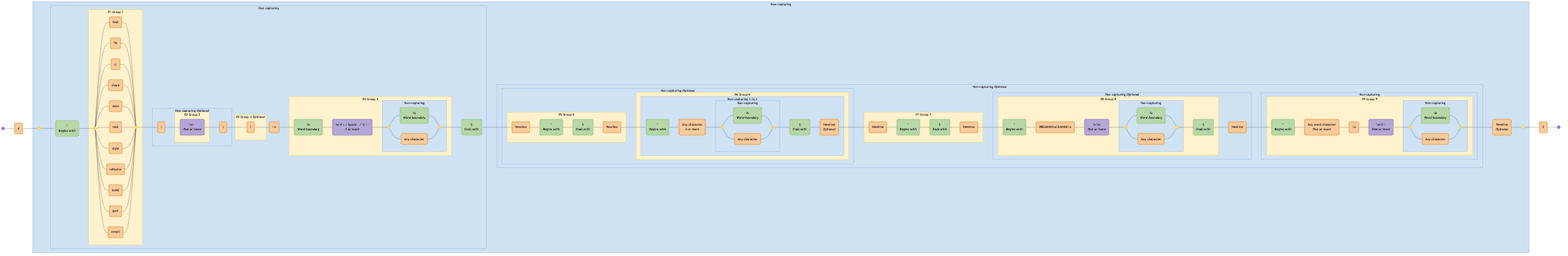
Before: diagrams/conventional-commits.mermaid-diagram.png, a diagram exported from Mermaid (tayles/regex-to-mermaid). Its source is kept beside it as diagrams/conventional-commits.mermaid.
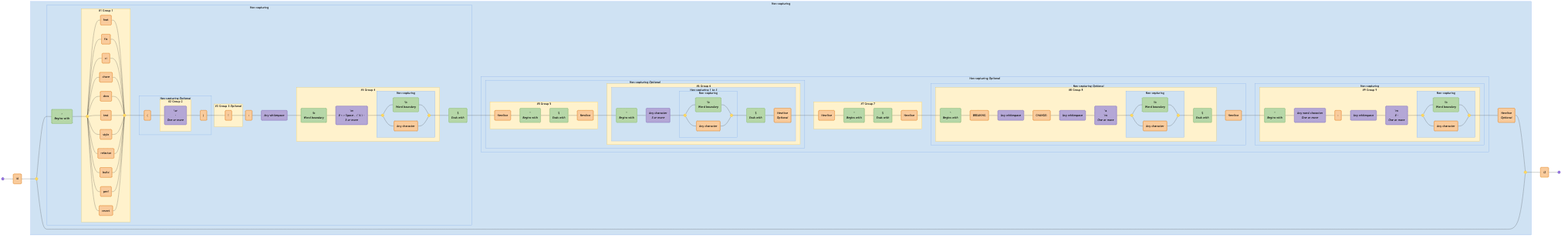
Above is the later version.

What changed in the source:
```diff
@@ -1,10 +1,10 @@
 graph LR
   accTitle: "Regex: \\A(?:(?:^(?P<type>feat|fix|ci|chore|docs|test|style|refactor|build|perf|revert)(?:\\((?P<scope>[\\w-]+)\\))?(?P<breaking>!)?:\\s(?P<subject>\\b[\\w#<> ./\\t\\\\-]{3,}(?:\\b|\\.))$)(?:(?:(?P<BLANK_LINE>\\n^$\\n)(?P<body>(?:^.{3,}(?:\\b|\\.)$\\n?){1,3}))?(?P<BLANK_LINE2>\\n^$\\n)(?:(?P<breaking_change>^BREAKING\\sCHANGE:\\s[\\s\\w]+(?:\\b|\\.)$)\\n)?(?:(?P<footer>^\\w+:\\s[\\w#-]+(?:\\b|\\.))))?\\n?|)\\Z"
-  accDescr: "Generated with regex-to-mermaid@1.0.4"
+  accDescr: "Generated with regex-to-mermaid@1.1.0"
 
   start@{ shape: f-circ };
   fin@{ shape: f-circ };
-  literal_1("A"):::literal;
+  literal_1("\A"):::literal;
   disjunction_begin_1:::disjunction@{ shape: f-circ };
   disjunction_end_1:::disjunction@{ shape: f-circ };
   assertion_1("^<br><i>Begins with</i>"):::assertion;
@@ -21,13 +21,14 @@
   literal_10("build"):::literal;
   literal_11("perf"):::literal;
   literal_12("revert"):::literal;
-  literal_13("("):::literal;
-  char_class_1("\w -<br><i>One or more</i>"):::char-class;
-  literal_14(")"):::literal;
+  literal_13("\("):::literal;
+  char_class_1("\w<br>-<br><i>One or more</i>"):::char-class;
+  literal_14("\)"):::literal;
   literal_15("!"):::literal;
-  literal_16(":\s"):::literal;
+  literal_16(":"):::literal;
+  char_class_2("Any whitespace"):::char-class;
   assertion_2("\b<br><i>Word boundary</i>"):::assertion;
-  char_class_2("\w # < > Space . / \t \ -<br><i>3 or more</i>"):::char-class;
+  char_class_3("\w<br># < > Space . / \t \\ -<br><i>3 or more</i>"):::char-class;
   disjunction_begin_3:::disjunction@{ shape: f-circ };
   disjunction_end_3:::disjunction@{ shape: f-circ };
   assertion_3("\b<br><i>Word boundary</i>"):::assertion;
@@ -38,20 +39,23 @@
   assertion_6("$<br><i>Ends with</i>"):::assertion;
   literal_19("Newline"):::literal;
   assertion_7("^<br><i>Begins with</i>"):::assertion;
-  literal_20("Any character<br><i>3 or more</i>"):::literal;
+  char_class_4("Any character<br><i>3 or more</i>"):::char-class;
   disjunction_begin_4:::disjunction@{ shape: f-circ };
   disjunction_end_4:::disjunction@{ shape: f-circ };
   assertion_8("\b<br><i>Word boundary</i>"):::assertion;
-  literal_21("Any character"):::literal;
+  literal_20("Any character"):::literal;
   assertion_9("$<br><i>Ends with</i>"):::assertion;
-  literal_22("Newline<br><i>Optional</i>"):::literal;
-  literal_23("Newline"):::literal;
+  literal_21("Newline<br><i>Optional</i>"):::literal;
+  literal_22("Newline"):::literal;
   assertion_10("^<br><i>Begins with</i>"):::assertion;
   assertion_11("$<br><i>Ends with</i>"):::assertion;
-  literal_24("Newline"):::literal;
+  literal_23("Newline"):::literal;
   assertion_12("^<br><i>Begins with</i>"):::assertion;
-  literal_25("BREAKING\sCHANGE:\s"):::literal;
-  char_class_3("\s \w<br><i>One or more</i>"):::char-class;
+  literal_24("BREAKING"):::literal;
+  char_class_5("Any whitespace"):::char-class;
+  literal_25("CHANGE:"):::literal;
+  char_class_6("Any whitespace"):::char-class;
+  char_class_7("\s<br>\w<br><i>One or more</i>"):::char-class;
   disjunction_begin_5:::disjunction@{ shape: f-circ };
   disjunction_end_5:::disjunction@{ shape: f-circ };
   assertion_13("\b<br><i>Word boundary</i>"):::assertion;
@@ -59,15 +63,16 @@
   assertion_14("$<br><i>Ends with</i>"):::assertion;
   literal_27("Newline"):::literal;
   assertion_15("^<br><i>Begins with</i>"):::assertion;
-  literal_28("Any word character<br><i>One or more</i>"):::literal;
-  literal_29(":\s"):::literal;
-  char_class_4("\w # -<br><i>One or more</i>"):::char-class;
+  char_class_8("Any word character<br><i>One or more</i>"):::char-class;
+  literal_28(":"):::literal;
+  char_class_9("Any whitespace"):::char-class;
+  char_class_10("\w<br># -<br><i>One or more</i>"):::char-class;
   disjunction_begin_6:::disjunction@{ shape: f-circ };
   disjunction_end_6:::disjunction@{ shape: f-circ };
   assertion_16("\b<br><i>Word boundary</i>"):::assertion;
-  literal_30("Any character"):::literal;
-  literal_31("Newline<br><i>Optional</i>"):::literal;
-  literal_32("Z"):::literal;
+  literal_29("Any character"):::literal;
+  literal_30("Newline<br><i>Optional</i>"):::literal;
+  literal_31("\Z"):::literal;
 
   subgraph standard_1 ["#1 Group 1"]
     disjunction_begin_2
@@ -109,7 +114,7 @@
   subgraph standard_4 ["#4 Group 4"]
     non_capturing_4
     assertion_2
-    char_class_2
+    char_class_3
   end
 
   subgraph non_capturing_2 ["Non-capturing"]
@@ -121,6 +126,7 @@
     standard_4
     assertion_1
     literal_16
+    char_class_2
     assertion_4
   end
 
@@ -135,15 +141,15 @@
     disjunction_begin_4
     disjunction_end_4
     assertion_8
-    literal_21
+    literal_20
   end
 
   subgraph non_capturing_7 ["Non-capturing <i>1 to 3</i>"]
     non_capturing_8
     assertion_7
-    literal_20
+    char_class_4
     assertion_9
-    literal_22
+    literal_21
   end
 
   subgraph standard_6 ["#6 Group 6"]
@@ -159,10 +165,10 @@
   end
 
   subgraph standard_7 ["#7 Group 7"]
-    literal_23
+    literal_22
     assertion_10
     assertion_11
-    literal_24
+    literal_23
   end
 
   subgraph non_capturing_10 ["Non-capturing"]
@@ -175,8 +181,11 @@
   subgraph standard_8 ["#8 Group 8"]
     non_capturing_10
     assertion_12
+    literal_24
+    char_class_5
     literal_25
-    char_class_3
+    char_class_6
+    char_class_7
     assertion_14
   end
 
@@ -190,15 +199,16 @@
     disjunction_begin_6
     disjunction_end_6
     assertion_16
-    literal_30
+    literal_29
   end
 
   subgraph standard_9 ["#9 Group 9"]
     non_capturing_12
     assertion_15
+    char_class_8
     literal_28
-    literal_29
-    char_class_4
+    char_class_9
+    char_class_10
   end
 
   subgraph non_capturing_11 ["Non-capturing"]
@@ -244,7 +254,7 @@
     non_capturing_5
     disjunction_begin_1
     disjunction_end_1
-    literal_31
+    literal_30
   end
 
   start --- literal_1;
@@ -278,9 +288,10 @@
   char_class_1 --- literal_14;
   literal_14 --- literal_15;
   literal_15 --- literal_16;
-  literal_16 --- assertion_2;
-  assertion_2 --- char_class_2;
-  char_class_2 --- disjunction_begin_3;
+  literal_16 --- char_class_2;
+  char_class_2 --- assertion_2;
+  assertion_2 --- char_class_3;
+  char_class_3 --- disjunction_begin_3;
   disjunction_begin_3 --- assertion_3;
   assertion_3 --- disjunction_end_3;
   disjunction_begin_3 --- literal_17;
@@ -291,22 +302,25 @@
   assertion_5 --- assertion_6;
   assertion_6 --- literal_19;
   literal_19 --- assertion_7;
-  assertion_7 --- literal_20;
-  literal_20 --- disjunction_begin_4;
+  assertion_7 --- char_class_4;
+  char_class_4 --- disjunction_begin_4;
   disjunction_begin_4 --- assertion_8;
   assertion_8 --- disjunction_end_4;
-  disjunction_begin_4 --- literal_21;
-  literal_21 --- disjunction_end_4;
+  disjunction_begin_4 --- literal_20;
+  literal_20 --- disjunction_end_4;
   disjunction_end_4 --- assertion_9;
-  assertion_9 --- literal_22;
-  literal_22 --- literal_23;
-  literal_23 --- assertion_10;
+  assertion_9 --- literal_21;
+  literal_21 --- literal_22;
+  literal_22 --- assertion_10;
   assertion_10 --- assertion_11;
-  assertion_11 --- literal_24;
-  literal_24 --- assertion_12;
-  assertion_12 --- literal_25;
-  literal_25 --- char_class_3;
-  char_class_3 --- disjunction_begin_5;
+  assertion_11 --- literal_23;
+  literal_23 --- assertion_12;
+  assertion_12 --- literal_24;
+  literal_24 --- char_class_5;
+  char_class_5 --- literal_25;
+  literal_25 --- char_class_6;
+  char_class_6 --- char_class_7;
+  char_class_7 --- disjunction_begin_5;
   disjunction_begin_5 --- assertion_13;
   assertion_13 --- disjunction_end_5;
   disjunction_begin_5 --- literal_26;
@@ -314,18 +328,20 @@
   disjunction_end_5 --- assertion_14;
   assertion_14 --- literal_27;
   literal_27 --- assertion_15;
-  assertion_15 --- literal_28;
-  literal_28 --- literal_29;
-  literal_29 --- char_class_4;
-  char_class_4 --- disjunction_begin_6;
+  assertion_15 --- char_class_8;
+  char_class_8 --- literal_28;
+  literal_28 --- char_class_9;
+  char_class_9 --- char_class_10;
+  char_class_10 --- disjunction_begin_6;
   disjunction_begin_6 --- assertion_16;
   assertion_16 --- disjunction_end_6;
-  disjunction_begin_6 --- literal_30;
-  literal_30 --- disjunction_end_6;
-  disjunction_end_6 --- literal_31;
-  literal_31 --- disjunction_end_1;
-  disjunction_end_1 --- literal_32;
-  literal_32 --- fin;
+  disjunction_begin_6 --- literal_29;
+  literal_29 --- disjunction_end_6;
+  disjunction_end_6 --- literal_30;
+  literal_30 --- disjunction_end_1;
+  disjunction_begin_1 --- disjunction_end_1;
+  disjunction_end_1 --- literal_31;
+  literal_31 --- fin;
 
   classDef literal fill:#F9CB9C,stroke:#E69138,color:#000000;
   classDef disjunction fill:#FFD966,stroke:#F1C232,color:#000000;
```
